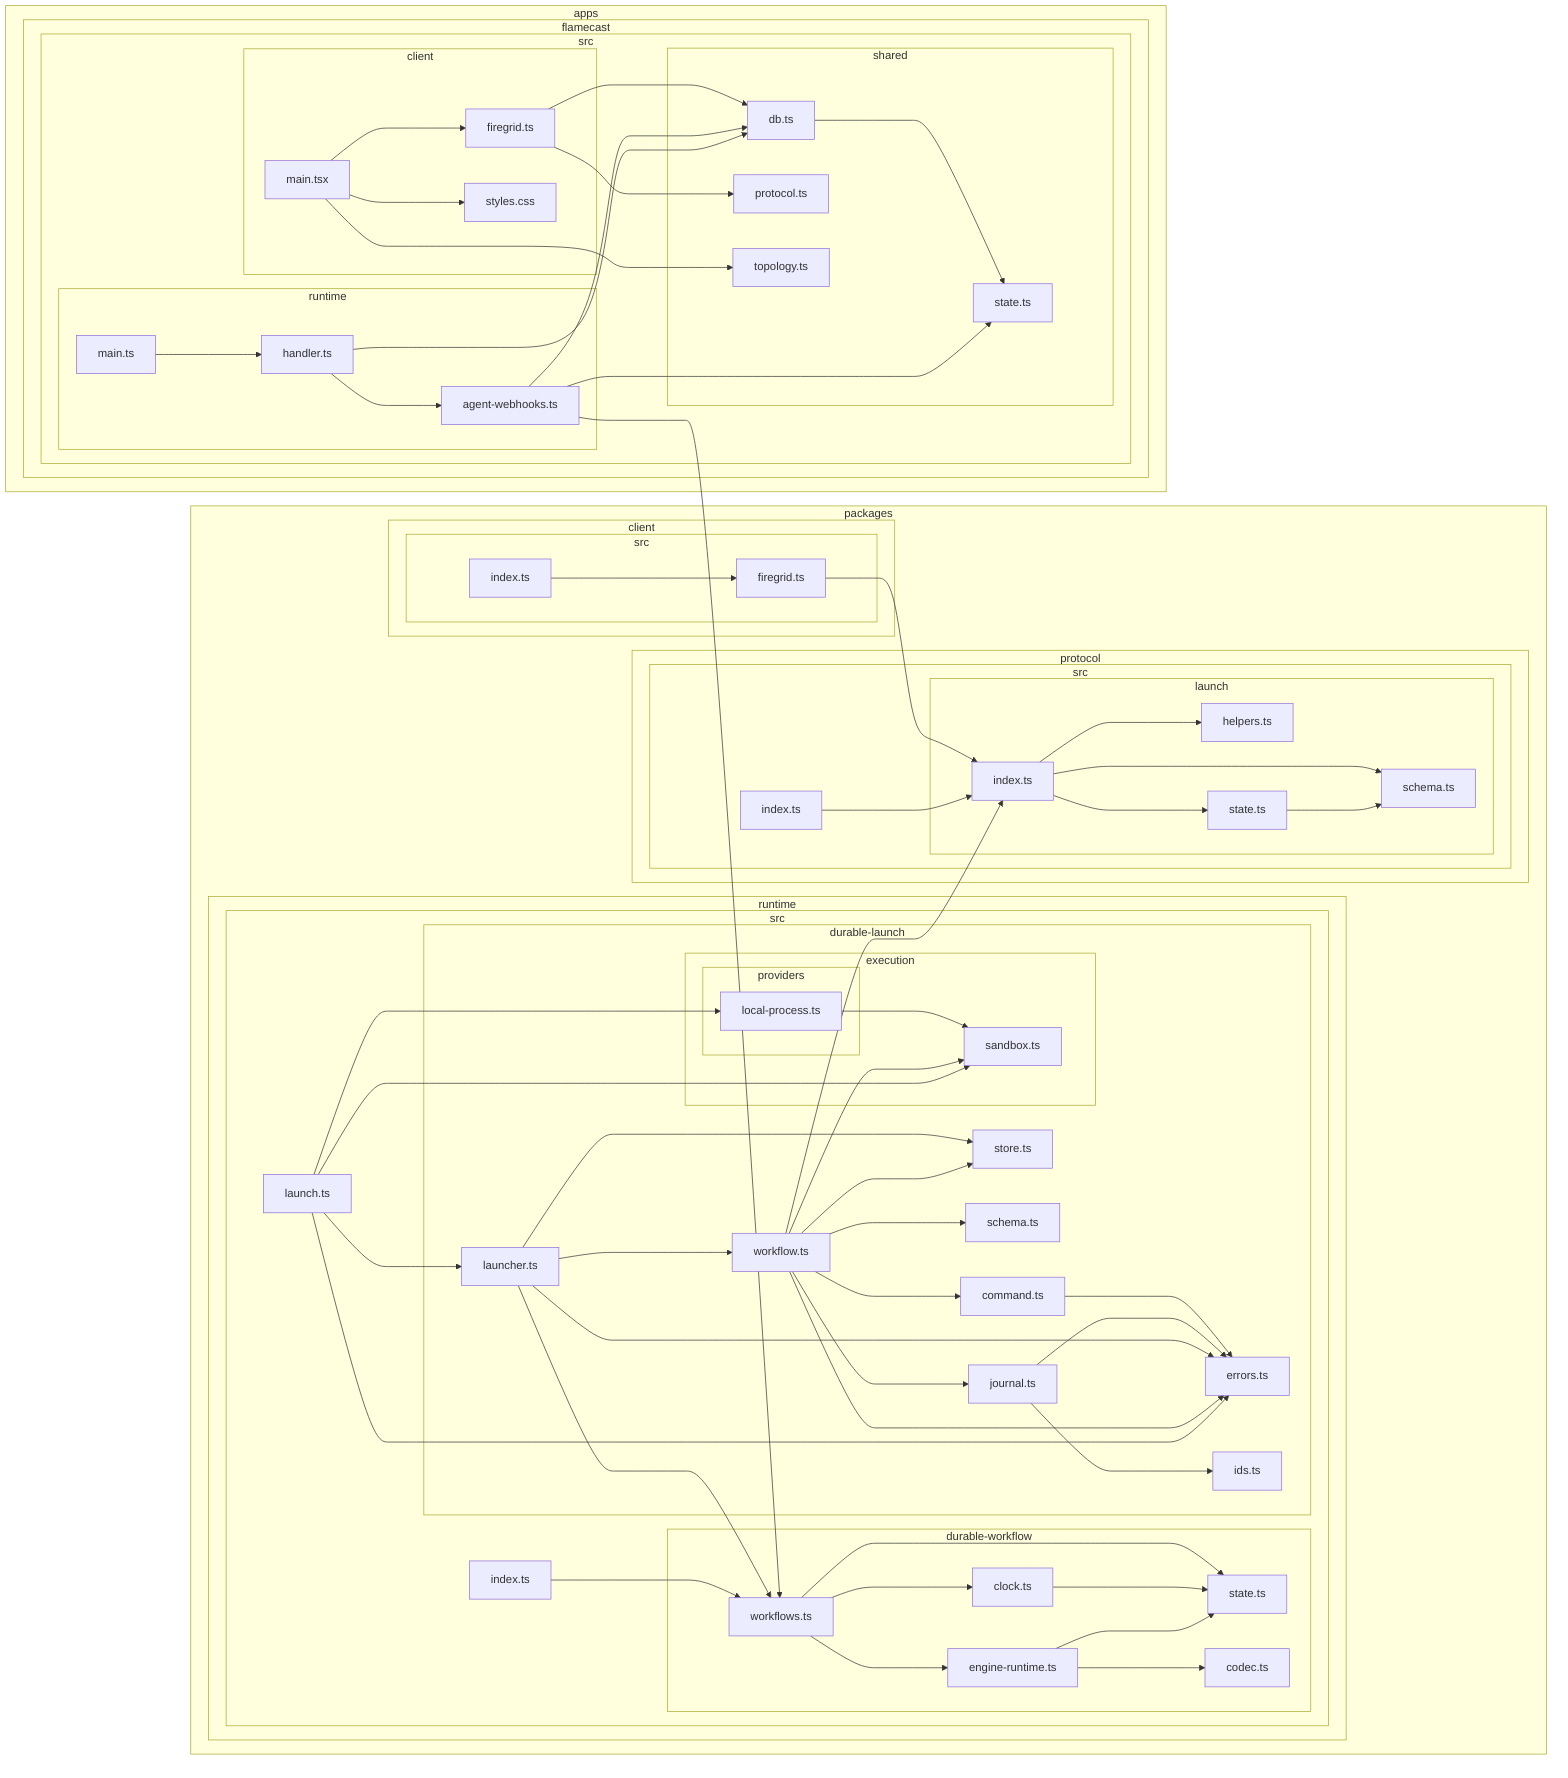
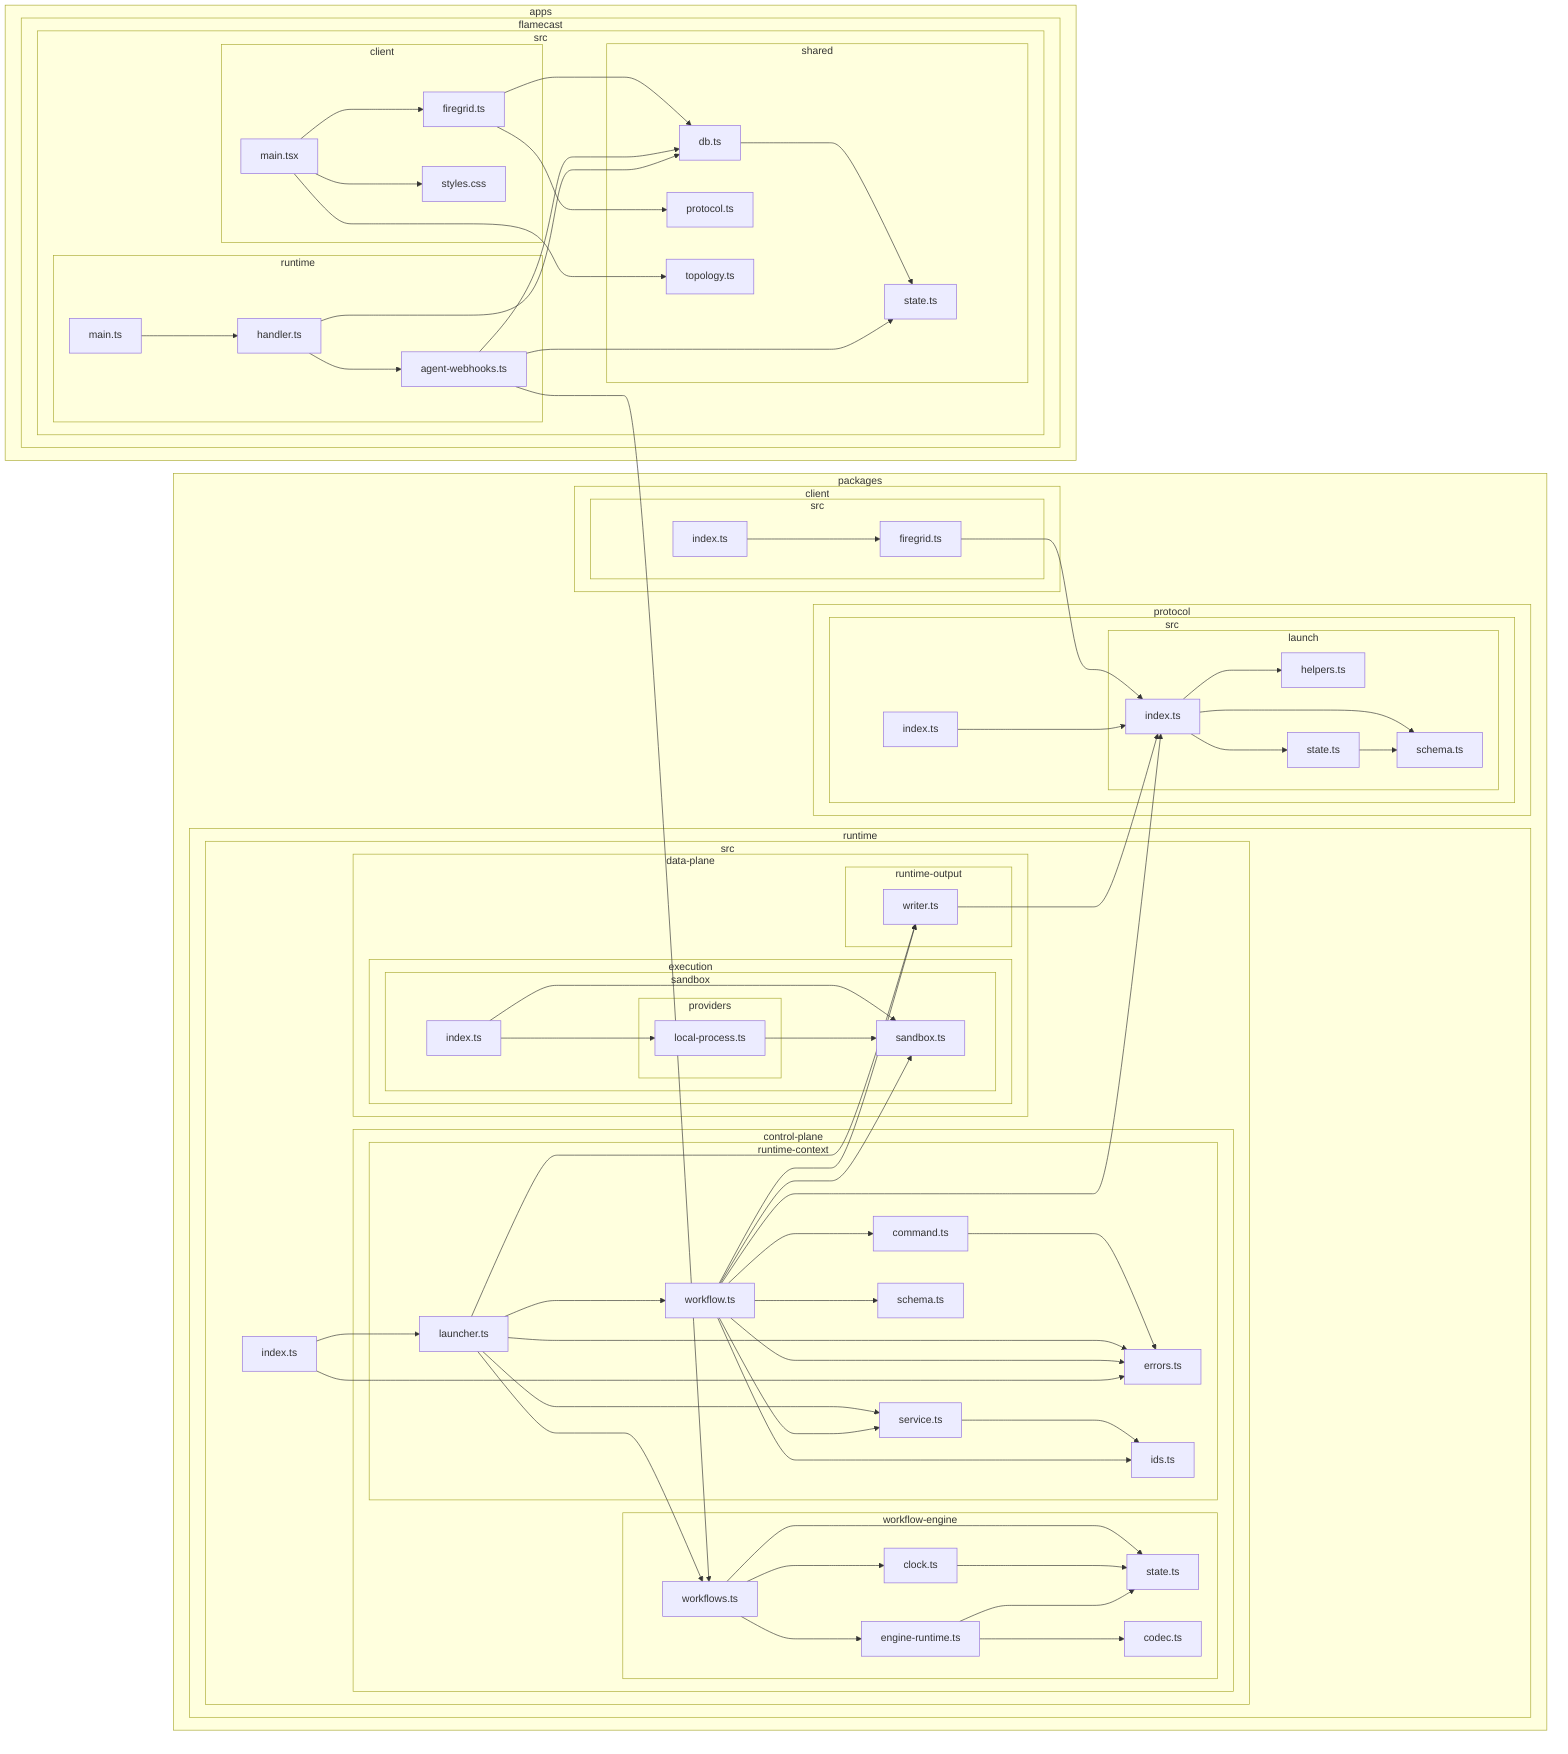
flowchart LR

subgraph 0["apps"]
subgraph 1["flamecast"]
subgraph 2["src"]
subgraph 3["client"]
4["firegrid.ts"]
9["main.tsx"]
A["styles.css"]
end
subgraph 5["shared"]
6["db.ts"]
7["state.ts"]
8["protocol.ts"]
B["topology.ts"]
end
subgraph C["runtime"]
D["agent-webhooks.ts"]
- N["handler.ts"]
- O["main.ts"]
+ O["handler.ts"]
+ P["main.ts"]
end
end
end
end
subgraph E["packages"]
subgraph F["runtime"]
subgraph G["src"]
- subgraph H["durable-workflow"]
- I["workflows.ts"]
- J["clock.ts"]
- K["state.ts"]
- L["engine-runtime.ts"]
- M["codec.ts"]
+ subgraph H["control-plane"]
+ subgraph I["workflow-engine"]
+ J["workflows.ts"]
+ K["clock.ts"]
+ L["state.ts"]
+ M["engine-runtime.ts"]
+ N["codec.ts"]
end
- subgraph 11["durable-launch"]
- 12["command.ts"]
- 13["errors.ts"]
- subgraph 14["execution"]
- subgraph 15["providers"]
- 16["local-process.ts"]
- end
- 17["sandbox.ts"]
- end
- 18["ids.ts"]
- 19["journal.ts"]
- 1A["launcher.ts"]
- 1B["store.ts"]
- 1C["workflow.ts"]
- 1D["schema.ts"]
- end
- 1E["index.ts"]
- 1F["launch.ts"]
+ subgraph 12["runtime-context"]
+ 13["command.ts"]
+ 14["errors.ts"]
+ 15["ids.ts"]
+ 16["launcher.ts"]
+ 1A["service.ts"]
+ 1B["workflow.ts"]
+ 1F["schema.ts"]
end
end
- subgraph P["client"]
- subgraph Q["src"]
- R["firegrid.ts"]
- Z["index.ts"]
+ subgraph 17["data-plane"]
+ subgraph 18["runtime-output"]
+ 19["writer.ts"]
+ end
+ subgraph 1C["execution"]
+ subgraph 1D["sandbox"]
+ 1E["sandbox.ts"]
+ 1G["index.ts"]
+ subgraph 1H["providers"]
+ 1I["local-process.ts"]
end
end
- subgraph S["protocol"]
- subgraph T["src"]
- subgraph U["launch"]
- V["index.ts"]
- W["helpers.ts"]
- X["schema.ts"]
- Y["state.ts"]
end
+ end
+ 1J["index.ts"]
+ end
+ end
+ subgraph Q["client"]
+ subgraph R["src"]
+ S["firegrid.ts"]
10["index.ts"]
+ end
+ end
+ subgraph T["protocol"]
+ subgraph U["src"]
+ subgraph V["launch"]
+ W["index.ts"]
+ X["helpers.ts"]
+ Y["schema.ts"]
+ Z["state.ts"]
+ end
+ 11["index.ts"]
end
end
end
4-->6
4-->8
6-->7
9-->B
9-->4
9-->A
D-->6
D-->7
- D-->I
- I-->J
- I-->L
- I-->K
+ D-->J
J-->K
- L-->M
- L-->K
- N-->6
- N-->D
- O-->N
- R-->V
- V-->W
- V-->X
- V-->Y
- Y-->X
- Z-->R
- 10-->V
- 12-->13
- 16-->17
- 19-->13
- 19-->18
- 1A-->I
- 1A-->13
- 1A-->1B
- 1A-->1C
- 1C-->12
- 1C-->13
- 1C-->17
- 1C-->19
- 1C-->1D
- 1C-->1B
- 1C-->V
- 1E-->I
- 1F-->13
- 1F-->16
- 1F-->17
- 1F-->1A
+ J-->M
+ J-->L
+ K-->L
+ M-->N
+ M-->L
+ O-->6
+ O-->D
+ P-->O
+ S-->W
+ W-->X
+ W-->Y
+ W-->Z
+ Z-->Y
+ 10-->S
+ 11-->W
+ 13-->14
+ 16-->19
+ 16-->J
+ 16-->14
+ 16-->1A
+ 16-->1B
+ 19-->W
+ 1A-->15
+ 1B-->1E
+ 1B-->19
+ 1B-->13
+ 1B-->14
+ 1B-->15
+ 1B-->1F
+ 1B-->1A
+ 1B-->W
+ 1G-->1I
+ 1G-->1E
+ 1I-->1E
+ 1J-->14
+ 1J-->16
